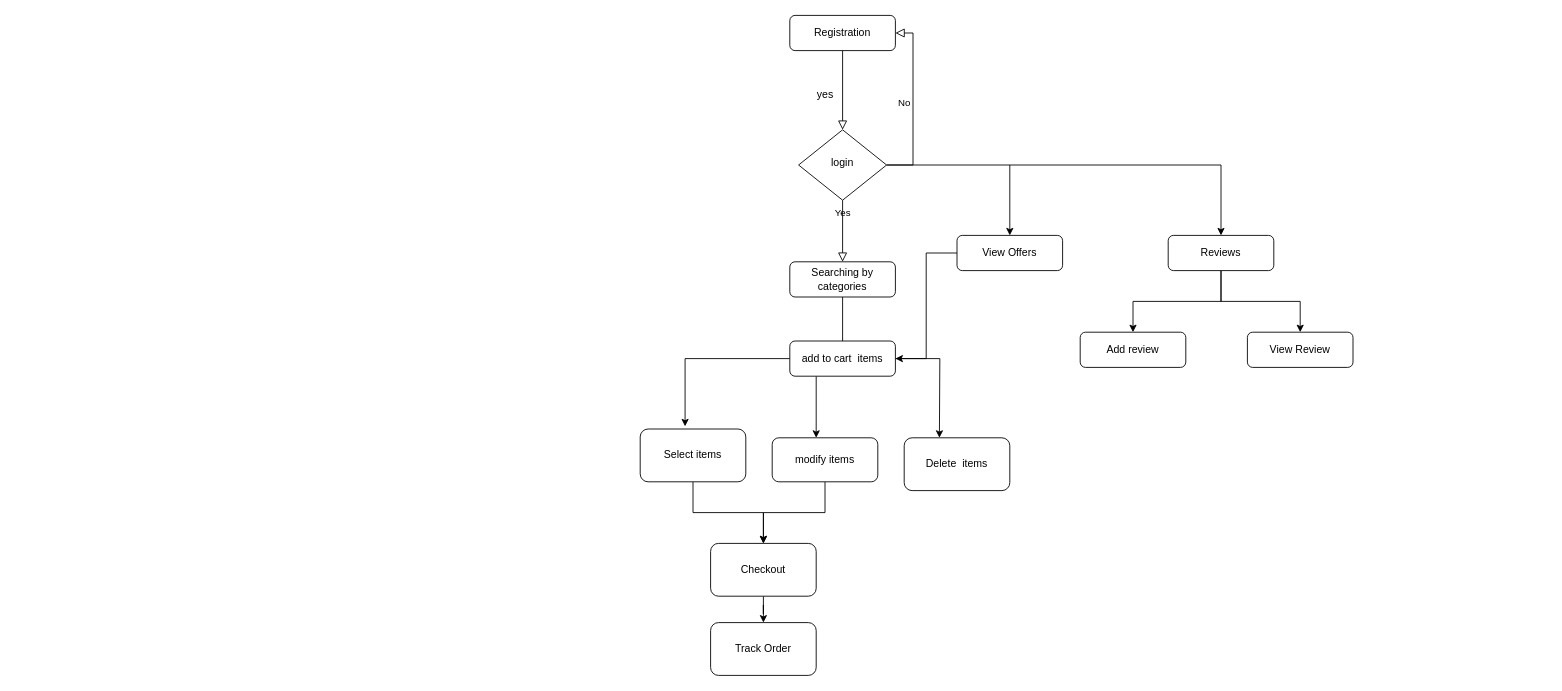
huxyrebel/FYP keeps this draw.io diagram as flow.drawio.xml. Above is the earlier version. Source tidied: cells renumbered, new cells numbered last; positions are measured from the earlier drawing's top-left corner, leaving out a move shared by most shapes. Both pictures are drawn from the tidied source at 88%, with x=0, y=0 at pixel (640, 15).
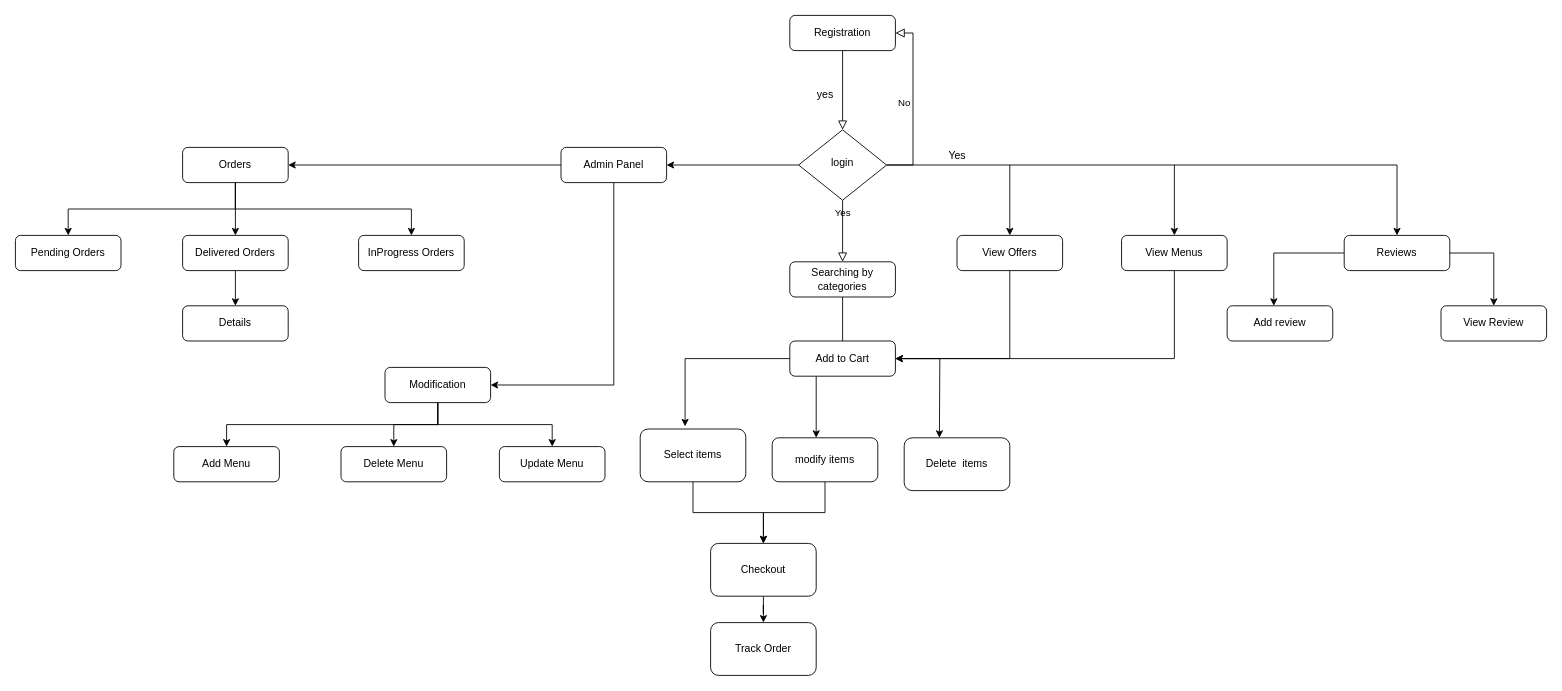
Above is the later version.

Unchanged cells that the change refers to:
```xml
<mxCell id="7" value="login" style="rhombus;whiteSpace=wrap;html=1;shadow=0;fontFamily=Helvetica;fontSize=12;align=center;strokeWidth=1;spacing=6;spacingTop=-4;" parent="1" vertex="1">
  <mxGeometry x="180" y="130" width="100" height="80" as="geometry" />
</mxCell>
<mxCell id="29" value="View Offers" style="rounded=1;whiteSpace=wrap;html=1;" parent="1" vertex="1">
  <mxGeometry x="360" y="250" width="120" height="40" as="geometry" />
</mxCell>
```

Diff of the diagram source:
```diff
@@
     <mxCell id="6" style="edgeStyle=orthogonalEdgeStyle;rounded=0;jettySize=auto;html=1;" parent="1" edge="1" source="7" target="23">
       <mxGeometry relative="1" as="geometry">
         <Array as="points">
-          <mxPoint x="660" y="170" />
+          <mxPoint x="860" y="170" />
         </Array>
       </mxGeometry>
     </mxCell>
+    <mxCell id="31" style="edgeStyle=orthogonalEdgeStyle;rounded=0;jettySize=auto;html=1;exitX=0;exitY=0.5;exitDx=0;exitDy=0;entryX=1;entryY=0.5;entryDx=0;entryDy=0;" parent="1" edge="1" source="7" target="38">
+      <mxGeometry relative="1" as="geometry" />
+    </mxCell>
@@
-    <mxCell id="12" value="add to cart&amp;nbsp; items" style="rounded=1;whiteSpace=wrap;html=1;fontSize=12;glass=0;strokeWidth=1;shadow=0;" parent="1" vertex="1">
+    <mxCell id="12" value="Add to Cart" style="rounded=1;whiteSpace=wrap;html=1;fontSize=12;glass=0;strokeWidth=1;shadow=0;" parent="1" vertex="1">
       <mxGeometry x="170" y="370" width="120" height="40" as="geometry" />
     </mxCell>
@@
     <mxCell id="21" style="edgeStyle=orthogonalEdgeStyle;rounded=0;jettySize=auto;html=1;" parent="1" edge="1" source="23" target="24">
-      <mxGeometry relative="1" as="geometry" />
+      <mxGeometry relative="1" as="geometry">
+        <Array as="points">
+          <mxPoint x="720" y="270" />
+        </Array>
+      </mxGeometry>
     </mxCell>
     <mxCell id="22" style="edgeStyle=orthogonalEdgeStyle;rounded=0;jettySize=auto;html=1;" parent="1" edge="1" source="23" target="25">
-      <mxGeometry relative="1" as="geometry" />
+      <mxGeometry relative="1" as="geometry">
+        <Array as="points">
+          <mxPoint x="970" y="270" />
+        </Array>
+      </mxGeometry>
     </mxCell>
     <mxCell id="23" value="Reviews" style="rounded=1;whiteSpace=wrap;html=1;" parent="1" vertex="1">
-      <mxGeometry x="600" y="250" width="120" height="40" as="geometry" />
+      <mxGeometry x="800" y="250" width="120" height="40" as="geometry" />
     </mxCell>
     <mxCell id="24" value="Add review" style="rounded=1;whiteSpace=wrap;html=1;" parent="1" vertex="1">
-      <mxGeometry x="500" y="360" width="120" height="40" as="geometry" />
+      <mxGeometry x="667" y="330" width="120" height="40" as="geometry" />
     </mxCell>
     <mxCell id="25" value="View Review" style="rounded=1;whiteSpace=wrap;html=1;" parent="1" vertex="1">
-      <mxGeometry x="690" y="360" width="120" height="40" as="geometry" />
+      <mxGeometry x="910" y="330" width="120" height="40" as="geometry" />
     </mxCell>
@@
     <mxCell id="28" style="edgeStyle=orthogonalEdgeStyle;rounded=0;jettySize=auto;html=1;entryX=1;entryY=0.5;entryDx=0;entryDy=0;" parent="1" edge="1" source="29" target="12">
-      <mxGeometry relative="1" as="geometry" />
+      <mxGeometry relative="1" as="geometry">
+        <Array as="points">
+          <mxPoint x="420" y="390" />
+        </Array>
+      </mxGeometry>
     </mxCell>
@@
+    <mxCell id="32" value="Yes" style="text;html=1;align=center;verticalAlign=middle;strokeColor=none;fillColor=none;" parent="1" vertex="1">
+      <mxGeometry x="340" y="145" width="40" height="30" as="geometry" />
+    </mxCell>
+    <mxCell id="33" style="endArrow=classic;html=1;rounded=0;entryX=0.5;entryY=0;entryDx=0;entryDy=0;" parent="1" edge="1" target="35">
+      <mxGeometry relative="1" as="geometry">
+        <mxPoint x="607" y="170" as="sourcePoint" />
+      </mxGeometry>
+    </mxCell>
+    <mxCell id="34" style="edgeStyle=orthogonalEdgeStyle;rounded=0;jettySize=auto;html=1;exitX=0.5;exitY=1;exitDx=0;exitDy=0;entryX=1;entryY=0.5;entryDx=0;entryDy=0;" parent="1" edge="1" source="35" target="12">
+      <mxGeometry relative="1" as="geometry" />
+    </mxCell>
+    <mxCell id="35" value="View Menus" style="rounded=1;whiteSpace=wrap;html=1;fontSize=12;glass=0;strokeWidth=1;shadow=0;" parent="1" vertex="1">
+      <mxGeometry x="547" y="250" width="120" height="40" as="geometry" />
+    </mxCell>
+    <mxCell id="36" style="edgeStyle=orthogonalEdgeStyle;rounded=0;jettySize=auto;html=1;exitX=0;exitY=0.5;exitDx=0;exitDy=0;entryX=1;entryY=0.5;entryDx=0;entryDy=0;" parent="1" edge="1" source="38" target="42">
+      <mxGeometry relative="1" as="geometry" />
+    </mxCell>
+    <mxCell id="37" style="edgeStyle=orthogonalEdgeStyle;rounded=0;jettySize=auto;html=1;exitX=0.5;exitY=1;exitDx=0;exitDy=0;entryX=1;entryY=0.5;entryDx=0;entryDy=0;" parent="1" edge="1" source="38" target="51">
+      <mxGeometry relative="1" as="geometry">
+        <Array as="points">
+          <mxPoint x="-30" y="420" />
+        </Array>
+      </mxGeometry>
+    </mxCell>
+    <mxCell id="38" value="Admin Panel" style="rounded=1;whiteSpace=wrap;html=1;fontSize=12;glass=0;strokeWidth=1;shadow=0;" parent="1" vertex="1">
+      <mxGeometry x="-90" y="150" width="120" height="40" as="geometry" />
+    </mxCell>
+    <mxCell id="39" style="edgeStyle=orthogonalEdgeStyle;rounded=0;jettySize=auto;html=1;exitX=0.5;exitY=1;exitDx=0;exitDy=0;entryX=0.5;entryY=0;entryDx=0;entryDy=0;" parent="1" edge="1" source="42" target="46">
+      <mxGeometry relative="1" as="geometry" />
+    </mxCell>
+    <mxCell id="40" style="edgeStyle=orthogonalEdgeStyle;rounded=0;jettySize=auto;html=1;exitX=0.5;exitY=1;exitDx=0;exitDy=0;entryX=0.5;entryY=0;entryDx=0;entryDy=0;" parent="1" edge="1" source="42" target="45">
+      <mxGeometry relative="1" as="geometry" />
+    </mxCell>
+    <mxCell id="41" style="edgeStyle=orthogonalEdgeStyle;rounded=0;jettySize=auto;html=1;exitX=0.5;exitY=1;exitDx=0;exitDy=0;entryX=0.5;entryY=0;entryDx=0;entryDy=0;" parent="1" edge="1" source="42" target="43">
+      <mxGeometry relative="1" as="geometry" />
+    </mxCell>
+    <mxCell id="42" value="Orders" style="rounded=1;whiteSpace=wrap;html=1;fontSize=12;glass=0;strokeWidth=1;shadow=0;" parent="1" vertex="1">
+      <mxGeometry x="-520" y="150" width="120" height="40" as="geometry" />
+    </mxCell>
+    <mxCell id="43" value="Pending Orders" style="rounded=1;whiteSpace=wrap;html=1;fontSize=12;glass=0;strokeWidth=1;shadow=0;" parent="1" vertex="1">
+      <mxGeometry x="-710" y="250" width="120" height="40" as="geometry" />
+    </mxCell>
+    <mxCell id="44" style="edgeStyle=orthogonalEdgeStyle;rounded=0;jettySize=auto;html=1;exitX=0.5;exitY=1;exitDx=0;exitDy=0;entryX=0.5;entryY=0;entryDx=0;entryDy=0;" parent="1" edge="1" source="45" target="47">
+      <mxGeometry relative="1" as="geometry" />
+    </mxCell>
+    <mxCell id="45" value="Delivered Orders" style="rounded=1;whiteSpace=wrap;html=1;fontSize=12;glass=0;strokeWidth=1;shadow=0;" parent="1" vertex="1">
+      <mxGeometry x="-520" y="250" width="120" height="40" as="geometry" />
+    </mxCell>
+    <mxCell id="46" value="InProgress Orders" style="rounded=1;whiteSpace=wrap;html=1;fontSize=12;glass=0;strokeWidth=1;shadow=0;" parent="1" vertex="1">
+      <mxGeometry x="-320" y="250" width="120" height="40" as="geometry" />
+    </mxCell>
+    <mxCell id="47" value="Details" style="rounded=1;whiteSpace=wrap;html=1;fontSize=12;glass=0;strokeWidth=1;shadow=0;" parent="1" vertex="1">
+      <mxGeometry x="-520" y="330" width="120" height="40" as="geometry" />
+    </mxCell>
+    <mxCell id="48" style="edgeStyle=orthogonalEdgeStyle;rounded=0;jettySize=auto;html=1;exitX=0.5;exitY=1;exitDx=0;exitDy=0;entryX=0.5;entryY=0;entryDx=0;entryDy=0;" parent="1" edge="1" source="51" target="53">
+      <mxGeometry relative="1" as="geometry" />
+    </mxCell>
+    <mxCell id="49" style="edgeStyle=orthogonalEdgeStyle;rounded=0;jettySize=auto;html=1;exitX=0.5;exitY=1;exitDx=0;exitDy=0;entryX=0.5;entryY=0;entryDx=0;entryDy=0;" parent="1" edge="1" source="51" target="52">
+      <mxGeometry relative="1" as="geometry" />
+    </mxCell>
+    <mxCell id="50" style="edgeStyle=orthogonalEdgeStyle;rounded=0;jettySize=auto;html=1;exitX=0.5;exitY=1;exitDx=0;exitDy=0;entryX=0.5;entryY=0;entryDx=0;entryDy=0;" parent="1" edge="1" source="51" target="54">
+      <mxGeometry relative="1" as="geometry" />
+    </mxCell>
+    <mxCell id="51" value="Modification" style="rounded=1;whiteSpace=wrap;html=1;fontSize=12;glass=0;strokeWidth=1;shadow=0;" parent="1" vertex="1">
+      <mxGeometry x="-290" y="400" width="120" height="40" as="geometry" />
+    </mxCell>
+    <mxCell id="52" value="Add Menu" style="rounded=1;whiteSpace=wrap;html=1;fontSize=12;glass=0;strokeWidth=1;shadow=0;" parent="1" vertex="1">
+      <mxGeometry x="-530" y="490" width="120" height="40" as="geometry" />
+    </mxCell>
+    <mxCell id="53" value="Delete Menu" style="rounded=1;whiteSpace=wrap;html=1;fontSize=12;glass=0;strokeWidth=1;shadow=0;" parent="1" vertex="1">
+      <mxGeometry x="-340" y="490" width="120" height="40" as="geometry" />
+    </mxCell>
+    <mxCell id="54" value="Update Menu" style="rounded=1;whiteSpace=wrap;html=1;fontSize=12;glass=0;strokeWidth=1;shadow=0;" parent="1" vertex="1">
+      <mxGeometry x="-160" y="490" width="120" height="40" as="geometry" />
+    </mxCell>
```
